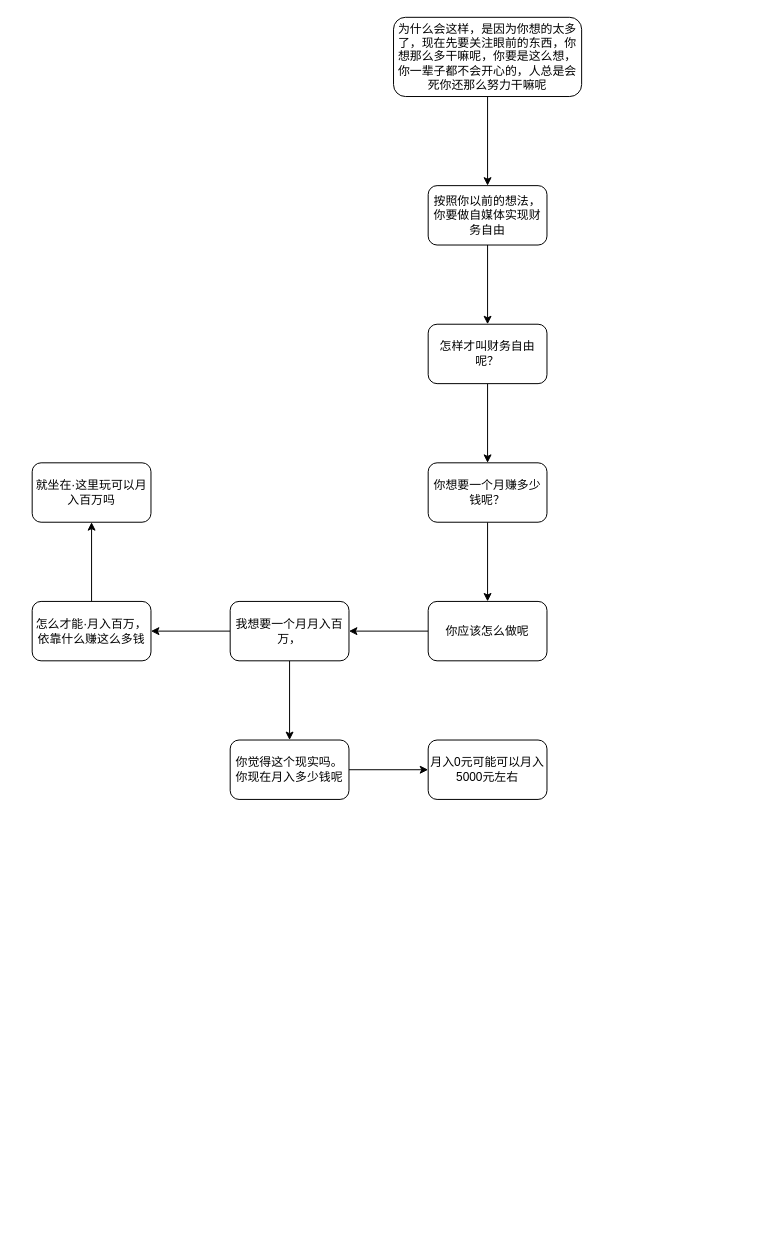
The draw.io diagram page "第 3 页" (3 of 3) of 未命名绘图.drawio in 1738376632/liaotian, before the edit. Source tidied: cells renumbered, new cells numbered last; positions are measured from the earlier drawing's top-left corner, leaving out a move shared by most shapes. Both pictures are drawn from the tidied source at 99%, with x=0, y=0 at pixel (32, 17).
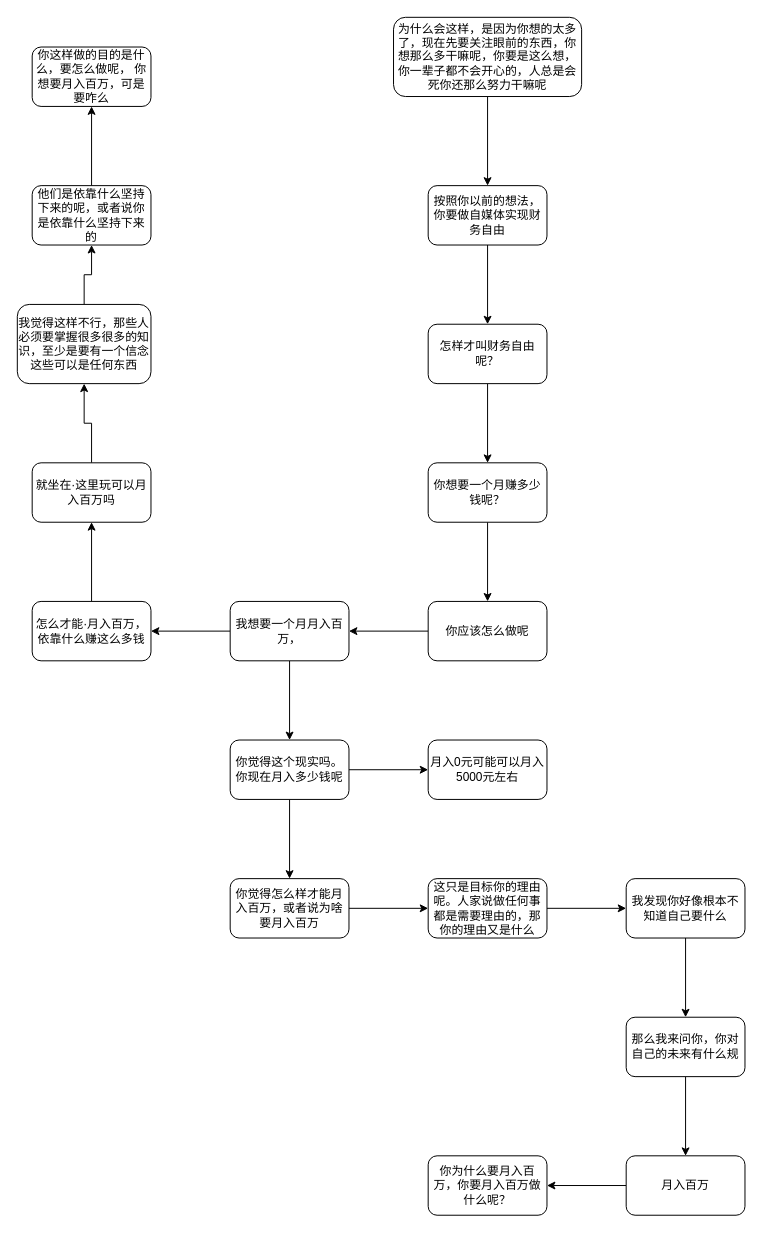
Above is the later version.

Commit message:
更新未命名绘图.drawio

Unchanged cells that the change refers to:
```xml
<mxCell id="16" value="你觉得这个现实吗。你现在月入多少钱呢" style="whiteSpace=wrap;html=1;rounded=1;" parent="1" vertex="1">
  <mxGeometry x="200" y="730" width="120" height="60" as="geometry" />
</mxCell>
<mxCell id="20" value="就坐在·这里玩可以月入百万吗" style="whiteSpace=wrap;html=1;rounded=1;" parent="1" vertex="1">
  <mxGeometry y="450" width="120" height="60" as="geometry" />
</mxCell>
```

The edit, as a diff of the source:
```diff
@@
+    <mxCell id="21" style="edgeStyle=orthogonalEdgeStyle;rounded=0;jettySize=auto;html=1;" parent="1" edge="1" source="16" target="29">
+      <mxGeometry relative="1" as="geometry" />
+    </mxCell>
@@
+    <mxCell id="22" style="edgeStyle=orthogonalEdgeStyle;rounded=0;jettySize=auto;html=1;" parent="1" edge="1" source="20" target="24">
+      <mxGeometry relative="1" as="geometry" />
+    </mxCell>
@@
+    <mxCell id="23" style="edgeStyle=orthogonalEdgeStyle;rounded=0;jettySize=auto;html=1;" parent="1" edge="1" source="24" target="26">
+      <mxGeometry relative="1" as="geometry" />
+    </mxCell>
+    <mxCell id="24" value="我觉得这样不行，那些人必须要掌握很多很多的知识，至少是要有一个信念这些可以是任何东西" style="whiteSpace=wrap;html=1;rounded=1;" parent="1" vertex="1">
+      <mxGeometry x="-15" y="290" width="135" height="80" as="geometry" />
+    </mxCell>
+    <mxCell id="25" style="edgeStyle=orthogonalEdgeStyle;rounded=0;jettySize=auto;html=1;" parent="1" edge="1" source="26" target="27">
+      <mxGeometry relative="1" as="geometry" />
+    </mxCell>
+    <mxCell id="26" value="他们是依靠什么坚持下来的呢，或者说你是依靠什么坚持下来的" style="whiteSpace=wrap;html=1;rounded=1;" parent="1" vertex="1">
+      <mxGeometry y="170" width="120" height="60" as="geometry" />
+    </mxCell>
+    <mxCell id="27" value="你这样做的目的是什么，要怎么做呢， 你想要月入百万，可是要咋么" style="whiteSpace=wrap;html=1;rounded=1;" parent="1" vertex="1">
+      <mxGeometry y="30" width="120" height="60" as="geometry" />
+    </mxCell>
+    <mxCell id="28" style="edgeStyle=orthogonalEdgeStyle;rounded=0;jettySize=auto;html=1;" parent="1" edge="1" source="29" target="31">
+      <mxGeometry relative="1" as="geometry" />
+    </mxCell>
+    <mxCell id="29" value="你觉得怎么样才能月入百万，或者说为啥要月入百万" style="whiteSpace=wrap;html=1;rounded=1;" parent="1" vertex="1">
+      <mxGeometry x="200" y="870" width="120" height="60" as="geometry" />
+    </mxCell>
+    <mxCell id="30" style="edgeStyle=orthogonalEdgeStyle;rounded=0;jettySize=auto;html=1;" parent="1" edge="1" source="31" target="33">
+      <mxGeometry relative="1" as="geometry" />
+    </mxCell>
+    <mxCell id="31" value="这只是目标你的理由呢。人家说做任何事都是需要理由的，那你的理由又是什么" style="whiteSpace=wrap;html=1;rounded=1;" parent="1" vertex="1">
+      <mxGeometry x="400" y="870" width="120" height="60" as="geometry" />
+    </mxCell>
+    <mxCell id="32" style="edgeStyle=orthogonalEdgeStyle;rounded=0;jettySize=auto;html=1;" parent="1" edge="1" source="33" target="35">
+      <mxGeometry relative="1" as="geometry" />
+    </mxCell>
+    <mxCell id="33" value="我发现你好像根本不知道自己要什么" style="whiteSpace=wrap;html=1;rounded=1;" parent="1" vertex="1">
+      <mxGeometry x="600" y="870" width="120" height="60" as="geometry" />
+    </mxCell>
+    <mxCell id="34" style="edgeStyle=orthogonalEdgeStyle;rounded=0;jettySize=auto;html=1;" parent="1" edge="1" source="35" target="37">
+      <mxGeometry relative="1" as="geometry" />
+    </mxCell>
+    <mxCell id="35" value="那么我来问你，你对自己的未来有什么规" style="whiteSpace=wrap;html=1;rounded=1;" parent="1" vertex="1">
+      <mxGeometry x="600" y="1010" width="120" height="60" as="geometry" />
+    </mxCell>
+    <mxCell id="36" style="edgeStyle=orthogonalEdgeStyle;rounded=0;jettySize=auto;html=1;" parent="1" edge="1" source="37" target="38">
+      <mxGeometry relative="1" as="geometry" />
+    </mxCell>
+    <mxCell id="37" value="月入百万" style="whiteSpace=wrap;html=1;rounded=1;" parent="1" vertex="1">
+      <mxGeometry x="600" y="1150" width="120" height="60" as="geometry" />
+    </mxCell>
+    <mxCell id="38" value="你为什么要月入百万，你要月入百万做什么呢？" style="whiteSpace=wrap;html=1;rounded=1;" parent="1" vertex="1">
+      <mxGeometry x="400" y="1150" width="120" height="60" as="geometry" />
+    </mxCell>
```
